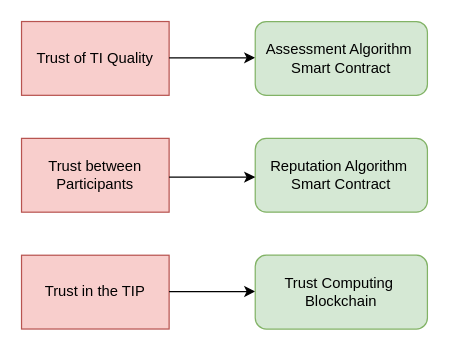
Before: Titan1.drawio in Albert-W/Draw_io, a draw.io diagram. Source tidied: cells renumbered, new cells numbered last; positions are measured from the earlier drawing's top-left corner, leaving out a move shared by most shapes. Both pictures are drawn from the tidied source at 123%, with x=0, y=0 at pixel (21, 21).
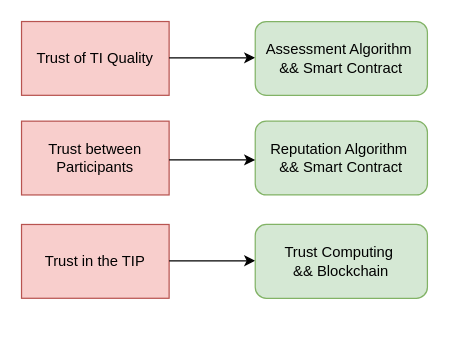
The same page after the edit.

The edit, as a diff of the source:
```diff
@@
 <mxGraphModel>
   <root>
     <mxCell id="0" />
     <mxCell id="1" parent="0" />
     <mxCell id="2" value="Trust of TI Quality" style="rounded=0;whiteSpace=wrap;html=1;fillColor=#f8cecc;strokeColor=#b85450;flipV=0;" parent="1" vertex="1">
       <mxGeometry width="120" height="60" as="geometry" />
     </mxCell>
     <mxCell id="3" value="Trust between&lt;br&gt;Participants" style="rounded=0;whiteSpace=wrap;html=1;fillColor=#f8cecc;strokeColor=#b85450;flipV=0;" parent="1" vertex="1">
-      <mxGeometry y="95" width="120" height="60" as="geometry" />
+      <mxGeometry y="81" width="120" height="60" as="geometry" />
     </mxCell>
     <mxCell id="4" value="Trust in the TIP" style="rounded=0;whiteSpace=wrap;html=1;fillColor=#f8cecc;strokeColor=#b85450;flipV=0;" parent="1" vertex="1">
-      <mxGeometry y="190" width="120" height="60" as="geometry" />
+      <mxGeometry y="165" width="120" height="60" as="geometry" />
     </mxCell>
     <mxCell id="5" style="endArrow=classic;html=1;" parent="1" edge="1">
       <mxGeometry relative="1" as="geometry">
         <mxPoint x="120" y="29.5" as="sourcePoint" />
         <mxPoint x="190" y="29.5" as="targetPoint" />
       </mxGeometry>
     </mxCell>
-    <mxCell id="6" value="Assessment Algorithm&amp;nbsp;&lt;br&gt;Smart Contract" style="rounded=1;whiteSpace=wrap;html=1;fillColor=#d5e8d4;strokeColor=#82b366;" parent="1" vertex="1">
+    <mxCell id="6" value="Assessment Algorithm&amp;nbsp;&lt;br&gt;&amp;amp;&amp;amp; Smart Contract" style="rounded=1;whiteSpace=wrap;html=1;fillColor=#d5e8d4;strokeColor=#82b366;" parent="1" vertex="1">
       <mxGeometry x="190" width="140" height="60" as="geometry" />
     </mxCell>
-    <mxCell id="7" value="Reputation Algorithm&amp;nbsp;&lt;br&gt;Smart Contract" style="rounded=1;whiteSpace=wrap;html=1;fillColor=#d5e8d4;strokeColor=#82b366;" parent="1" vertex="1">
-      <mxGeometry x="190" y="95" width="140" height="60" as="geometry" />
+    <mxCell id="7" value="Reputation Algorithm&amp;nbsp;&lt;br&gt;&amp;amp;&amp;amp; Smart Contract" style="rounded=1;whiteSpace=wrap;html=1;fillColor=#d5e8d4;strokeColor=#82b366;" parent="1" vertex="1">
+      <mxGeometry x="190" y="81" width="140" height="60" as="geometry" />
     </mxCell>
     <mxCell id="8" style="endArrow=classic;html=1;" parent="1" edge="1">
       <mxGeometry relative="1" as="geometry">
-        <mxPoint x="120" y="126.5" as="sourcePoint" />
-        <mxPoint x="190" y="126.5" as="targetPoint" />
+        <mxPoint x="120" y="112.5" as="sourcePoint" />
+        <mxPoint x="190" y="112.5" as="targetPoint" />
       </mxGeometry>
     </mxCell>
     <mxCell id="9" style="endArrow=classic;html=1;" parent="1" edge="1">
       <mxGeometry relative="1" as="geometry">
-        <mxPoint x="120" y="219.5" as="sourcePoint" />
-        <mxPoint x="190" y="219.5" as="targetPoint" />
+        <mxPoint x="120" y="194.5" as="sourcePoint" />
+        <mxPoint x="190" y="194.5" as="targetPoint" />
       </mxGeometry>
     </mxCell>
-    <mxCell id="10" value="Trust Computing&amp;nbsp;&lt;br&gt;Blockchain" style="rounded=1;whiteSpace=wrap;html=1;fillColor=#d5e8d4;strokeColor=#82b366;" parent="1" vertex="1">
-      <mxGeometry x="190" y="190" width="140" height="60" as="geometry" />
+    <mxCell id="10" value="Trust Computing&amp;nbsp;&lt;br&gt;&amp;amp;&amp;amp; Blockchain" style="rounded=1;whiteSpace=wrap;html=1;fillColor=#d5e8d4;strokeColor=#82b366;" parent="1" vertex="1">
+      <mxGeometry x="190" y="165" width="140" height="60" as="geometry" />
     </mxCell>
   </root>
 </mxGraphModel>
```
